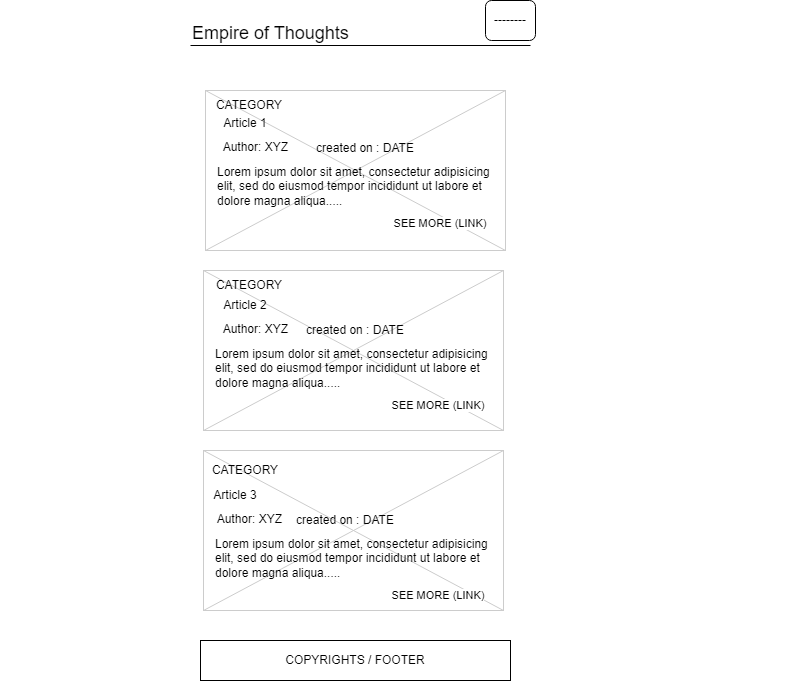
This is staticfiles/images/readme/ET_logged_home.png from KlaudiaBC/FST-Project-Empire-of-Thoughts, a draw.io export, as it was before one commit. Source tidied: cells renumbered, new cells last; positions are measured from the earlier drawing's top-left corner, leaving out a move shared by most shapes.
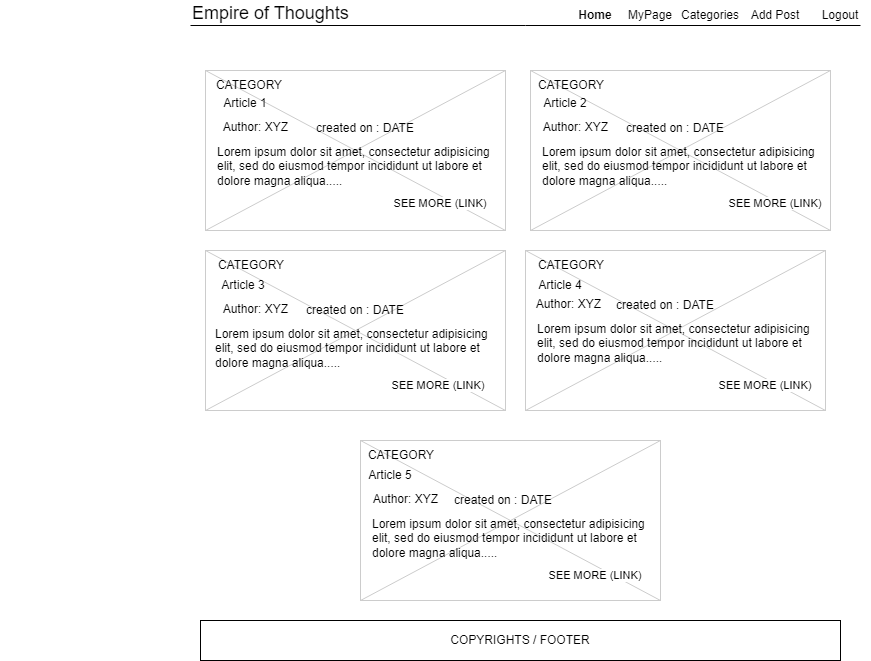
After the commit.

The edit, as a diff of the source:
```diff
@@ -6,10 +6,10 @@
       <mxGeometry x="190" y="20" width="230" height="20" as="geometry" />
     </mxCell>
     <mxCell id="3" style="line;strokeWidth=1;" parent="1" vertex="1">
-      <mxGeometry x="190" y="40" width="340" height="10" as="geometry" />
+      <mxGeometry x="190" y="40" width="670" height="10" as="geometry" />
     </mxCell>
     <mxCell id="4" value="COPYRIGHTS / FOOTER" style="rounded=0;whiteSpace=wrap;html=1;" parent="1" vertex="1">
-      <mxGeometry x="200" y="640" width="310" height="40" as="geometry" />
+      <mxGeometry x="200" y="640" width="640" height="40" as="geometry" />
     </mxCell>
     <mxCell id="5" style="verticalLabelPosition=bottom;verticalAlign=top;strokeWidth=1;shape=mxgraph.mockup.graphics.iconGrid;strokeColor=#CCCCCC;gridSize=1,1;" parent="1" vertex="1">
       <mxGeometry x="205" y="90" width="300" height="160" as="geometry" />
@@ -39,49 +39,103 @@
       <mxGeometry x="310" y="133" width="110" height="30" as="geometry" />
     </mxCell>
     <mxCell id="13" style="verticalLabelPosition=bottom;verticalAlign=top;strokeWidth=1;shape=mxgraph.mockup.graphics.iconGrid;strokeColor=#CCCCCC;gridSize=1,1;" parent="1" vertex="1">
-      <mxGeometry x="203" y="450" width="300" height="160" as="geometry" />
+      <mxGeometry x="530" y="90" width="300" height="160" as="geometry" />
     </mxCell>
     <mxCell id="14" style="verticalLabelPosition=bottom;verticalAlign=top;strokeWidth=1;shape=mxgraph.mockup.graphics.iconGrid;strokeColor=#CCCCCC;gridSize=1,1;" parent="1" vertex="1">
-      <mxGeometry x="203" y="270" width="300" height="160" as="geometry" />
+      <mxGeometry x="205" y="270" width="300" height="160" as="geometry" />
     </mxCell>
     <mxCell id="15" value="CATEGORY" style="text;html=1;strokeColor=none;fillColor=none;align=center;verticalAlign=middle;whiteSpace=wrap;rounded=0;" parent="1" vertex="1">
-      <mxGeometry x="184" y="455" width="122" height="30" as="geometry" />
+      <mxGeometry x="510" y="90" width="122" height="30" as="geometry" />
     </mxCell>
     <mxCell id="16" value="CATEGORY" style="text;html=1;strokeColor=none;fillColor=none;align=center;verticalAlign=middle;whiteSpace=wrap;rounded=0;" parent="1" vertex="1">
-      <mxGeometry x="188" y="270" width="122" height="30" as="geometry" />
+      <mxGeometry x="190" y="270" width="122" height="30" as="geometry" />
     </mxCell>
-    <mxCell id="17" value="Article 3" style="text;html=1;strokeColor=none;fillColor=none;align=center;verticalAlign=middle;whiteSpace=wrap;rounded=0;" parent="1" vertex="1">
-      <mxGeometry x="205" y="480" width="60" height="30" as="geometry" />
+    <mxCell id="17" value="Article 2" style="text;html=1;strokeColor=none;fillColor=none;align=center;verticalAlign=middle;whiteSpace=wrap;rounded=0;" parent="1" vertex="1">
+      <mxGeometry x="535" y="107.5" width="60" height="30" as="geometry" />
     </mxCell>
     <mxCell id="18" value="Author: XYZ" style="text;spacingTop=-5;fontStyle=0;align=right;" parent="1" vertex="1">
-      <mxGeometry x="184" y="510" width="100" height="20" as="geometry" />
+      <mxGeometry x="510" y="137.5" width="100" height="20" as="geometry" />
     </mxCell>
     <mxCell id="19" value="Author: XYZ" style="text;spacingTop=-5;fontStyle=0;align=right;" parent="1" vertex="1">
       <mxGeometry y="320" width="290" height="20" as="geometry" />
     </mxCell>
-    <mxCell id="20" value="Article 2" style="text;html=1;strokeColor=none;fillColor=none;align=center;verticalAlign=middle;whiteSpace=wrap;rounded=0;" parent="1" vertex="1">
-      <mxGeometry x="215" y="290" width="60" height="30" as="geometry" />
+    <mxCell id="20" value="Article 3" style="text;html=1;strokeColor=none;fillColor=none;align=center;verticalAlign=middle;whiteSpace=wrap;rounded=0;" parent="1" vertex="1">
+      <mxGeometry x="213" y="290" width="60" height="30" as="geometry" />
     </mxCell>
     <mxCell id="21" value="created on : DATE" style="text;html=1;strokeColor=none;fillColor=none;align=center;verticalAlign=middle;whiteSpace=wrap;rounded=0;" parent="1" vertex="1">
-      <mxGeometry x="290" y="505" width="110" height="30" as="geometry" />
+      <mxGeometry x="620" y="132.5" width="110" height="30" as="geometry" />
     </mxCell>
     <mxCell id="22" value="created on : DATE" style="text;html=1;strokeColor=none;fillColor=none;align=center;verticalAlign=middle;whiteSpace=wrap;rounded=0;" parent="1" vertex="1">
       <mxGeometry x="300" y="315" width="110" height="30" as="geometry" />
     </mxCell>
     <mxCell id="23" value="Lorem ipsum dolor sit amet, consectetur adipisicing elit, sed do eiusmod tempor incididunt ut labore et dolore magna aliqua....." style="text;spacingTop=-5;whiteSpace=wrap;align=left;" parent="1" vertex="1">
-      <mxGeometry x="213" y="535" width="280" height="120" as="geometry" />
+      <mxGeometry x="540" y="163" width="280" height="120" as="geometry" />
     </mxCell>
     <mxCell id="24" value="Lorem ipsum dolor sit amet, consectetur adipisicing elit, sed do eiusmod tempor incididunt ut labore et dolore magna aliqua....." style="text;spacingTop=-5;whiteSpace=wrap;align=left;" parent="1" vertex="1">
       <mxGeometry x="213" y="345" width="280" height="120" as="geometry" />
     </mxCell>
     <mxCell id="25" value="SEE MORE (LINK)" style="text;html=1;strokeColor=none;fillColor=none;align=center;verticalAlign=middle;whiteSpace=wrap;rounded=0;labelBackgroundColor=#FFFFFF;fontSize=11;" parent="1" vertex="1">
-      <mxGeometry x="383" y="582.5" width="110" height="25" as="geometry" />
+      <mxGeometry x="720" y="210.5" width="110" height="25" as="geometry" />
     </mxCell>
     <mxCell id="26" value="SEE MORE (LINK)" style="text;html=1;strokeColor=none;fillColor=none;align=center;verticalAlign=middle;whiteSpace=wrap;rounded=0;labelBackgroundColor=#FFFFFF;fontSize=11;" parent="1" vertex="1">
       <mxGeometry x="383" y="392.5" width="110" height="25" as="geometry" />
     </mxCell>
-    <mxCell id="27" value="--------" style="rounded=1;whiteSpace=wrap;html=1;" parent="1" vertex="1">
-      <mxGeometry x="485" width="50" height="40" as="geometry" />
-    </mxCell>
+    <mxCell id="28" style="verticalLabelPosition=bottom;verticalAlign=top;strokeWidth=1;shape=mxgraph.mockup.graphics.iconGrid;strokeColor=#CCCCCC;gridSize=1,1;" parent="1" vertex="1">
+      <mxGeometry x="525" y="270" width="300" height="160" as="geometry" />
+    </mxCell>
+    <mxCell id="29" value="CATEGORY" style="text;html=1;strokeColor=none;fillColor=none;align=center;verticalAlign=middle;whiteSpace=wrap;rounded=0;" parent="1" vertex="1">
+      <mxGeometry x="510" y="270" width="122" height="30" as="geometry" />
+    </mxCell>
+    <mxCell id="30" value="Article 4" style="text;html=1;strokeColor=none;fillColor=none;align=center;verticalAlign=middle;whiteSpace=wrap;rounded=0;" parent="1" vertex="1">
+      <mxGeometry x="530" y="290" width="60" height="30" as="geometry" />
+    </mxCell>
+    <mxCell id="31" value="Author: XYZ" style="text;spacingTop=-5;fontStyle=0;align=right;" parent="1" vertex="1">
+      <mxGeometry x="503" y="315" width="100" height="20" as="geometry" />
+    </mxCell>
+    <mxCell id="32" value="created on : DATE" style="text;html=1;strokeColor=none;fillColor=none;align=center;verticalAlign=middle;whiteSpace=wrap;rounded=0;" parent="1" vertex="1">
+      <mxGeometry x="610" y="310" width="110" height="30" as="geometry" />
+    </mxCell>
+    <mxCell id="33" value="Lorem ipsum dolor sit amet, consectetur adipisicing elit, sed do eiusmod tempor incididunt ut labore et dolore magna aliqua....." style="text;spacingTop=-5;whiteSpace=wrap;align=left;" parent="1" vertex="1">
+      <mxGeometry x="535" y="340" width="280" height="120" as="geometry" />
+    </mxCell>
+    <mxCell id="34" value="SEE MORE (LINK)" style="text;html=1;strokeColor=none;fillColor=none;align=center;verticalAlign=middle;whiteSpace=wrap;rounded=0;labelBackgroundColor=#FFFFFF;fontSize=11;" parent="1" vertex="1">
+      <mxGeometry x="710" y="392.5" width="110" height="25" as="geometry" />
+    </mxCell>
+    <mxCell id="35" style="verticalLabelPosition=bottom;verticalAlign=top;strokeWidth=1;shape=mxgraph.mockup.graphics.iconGrid;strokeColor=#CCCCCC;gridSize=1,1;" parent="1" vertex="1">
+      <mxGeometry x="360" y="460" width="300" height="160" as="geometry" />
+    </mxCell>
+    <mxCell id="36" value="CATEGORY" style="text;html=1;strokeColor=none;fillColor=none;align=center;verticalAlign=middle;whiteSpace=wrap;rounded=0;" parent="1" vertex="1">
+      <mxGeometry x="340" y="460" width="122" height="30" as="geometry" />
+    </mxCell>
+    <mxCell id="37" value="Article 5" style="text;html=1;strokeColor=none;fillColor=none;align=center;verticalAlign=middle;whiteSpace=wrap;rounded=0;" parent="1" vertex="1">
+      <mxGeometry x="360" y="480" width="60" height="30" as="geometry" />
+    </mxCell>
+    <mxCell id="38" value="Author: XYZ" style="text;spacingTop=-5;fontStyle=0;align=right;" parent="1" vertex="1">
+      <mxGeometry x="340" y="510" width="100" height="20" as="geometry" />
+    </mxCell>
+    <mxCell id="39" value="created on : DATE" style="text;html=1;strokeColor=none;fillColor=none;align=center;verticalAlign=middle;whiteSpace=wrap;rounded=0;" parent="1" vertex="1">
+      <mxGeometry x="448" y="505" width="110" height="30" as="geometry" />
+    </mxCell>
+    <mxCell id="40" value="Lorem ipsum dolor sit amet, consectetur adipisicing elit, sed do eiusmod tempor incididunt ut labore et dolore magna aliqua....." style="text;spacingTop=-5;whiteSpace=wrap;align=left;" parent="1" vertex="1">
+      <mxGeometry x="370" y="535" width="280" height="120" as="geometry" />
+    </mxCell>
+    <mxCell id="41" value="SEE MORE (LINK)" style="text;html=1;strokeColor=none;fillColor=none;align=center;verticalAlign=middle;whiteSpace=wrap;rounded=0;labelBackgroundColor=#FFFFFF;fontSize=11;" parent="1" vertex="1">
+      <mxGeometry x="540" y="582.5" width="110" height="25" as="geometry" />
+    </mxCell>
+    <mxCell id="42" value="Logout" style="text;html=1;strokeColor=none;fillColor=none;align=center;verticalAlign=middle;whiteSpace=wrap;rounded=0;" parent="1" vertex="1">
+      <mxGeometry x="810" y="20" width="60" height="30" as="geometry" />
+    </mxCell>
+    <mxCell id="43" value="Add Post" style="text;html=1;strokeColor=none;fillColor=none;align=center;verticalAlign=middle;whiteSpace=wrap;rounded=0;" parent="1" vertex="1">
+      <mxGeometry x="745" y="20" width="60" height="30" as="geometry" />
+    </mxCell>
+    <mxCell id="44" value="Categories" style="text;html=1;strokeColor=none;fillColor=none;align=center;verticalAlign=middle;whiteSpace=wrap;rounded=0;" parent="1" vertex="1">
+      <mxGeometry x="680" y="20" width="60" height="30" as="geometry" />
+    </mxCell>
+    <mxCell id="45" value="MyPage" style="text;html=1;strokeColor=none;fillColor=none;align=center;verticalAlign=middle;whiteSpace=wrap;rounded=0;" parent="1" vertex="1">
+      <mxGeometry x="620" y="20" width="60" height="30" as="geometry" />
+    </mxCell>
+    <mxCell id="46" value="&lt;b&gt;Home&lt;/b&gt;" style="text;html=1;strokeColor=none;fillColor=none;align=center;verticalAlign=middle;whiteSpace=wrap;rounded=0;" parent="1" vertex="1">
+      <mxGeometry x="565" y="20" width="60" height="30" as="geometry" />
+    </mxCell>
   </root>
 </mxGraphModel>
```
